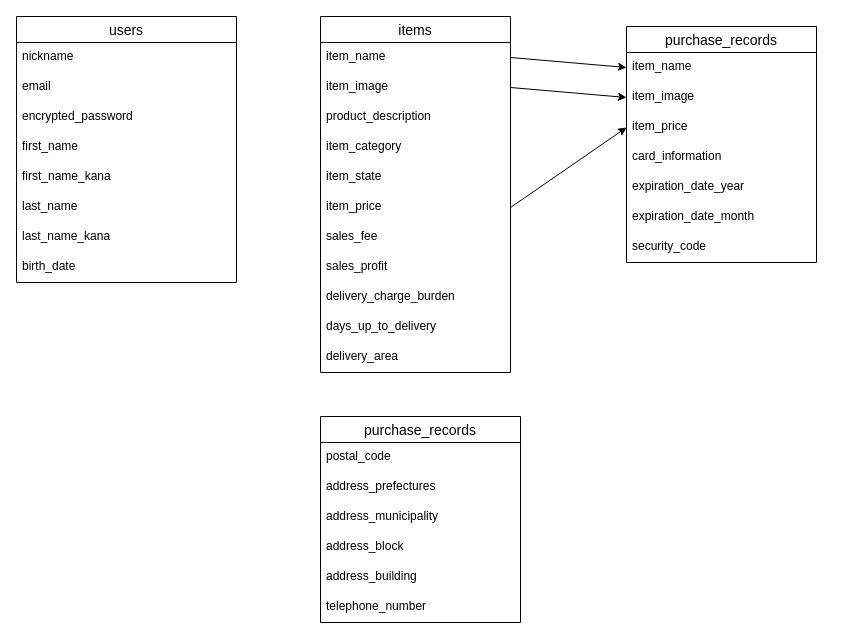
Earlier version of the draw.io diagram test.dio (yuuichihirakawa/furima-38479). Source tidied: cells renumbered, new cells numbered last; positions are measured from the earlier drawing's top-left corner, leaving out a move shared by most shapes. Both pictures are drawn from the tidied source at 100%, with x=0, y=0 at pixel (16, 16).
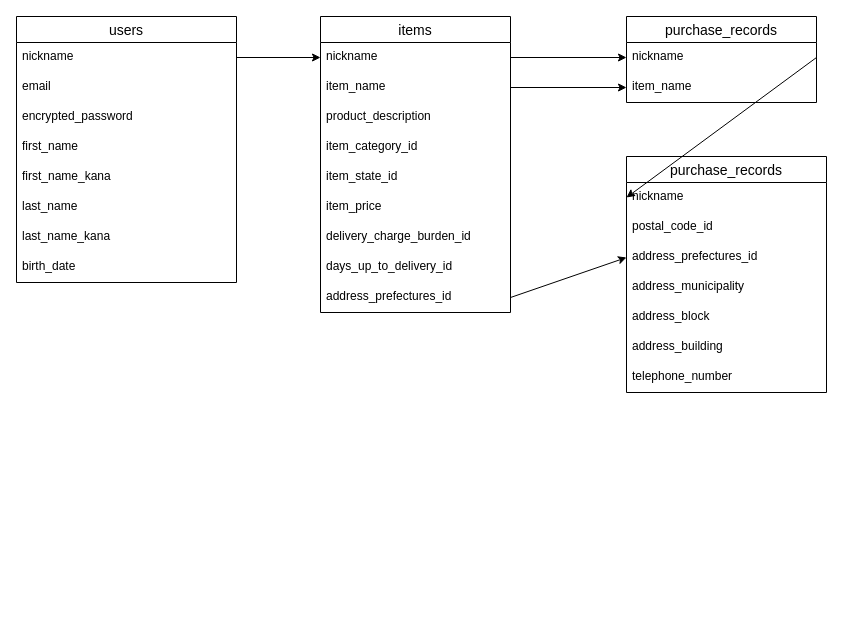
After the change.

Commit message (it also covers changes not shown here):
データベース作成４

The change refers to these unchanged cells:
```xml
<mxCell id="3" value="nickname" style="text;strokeColor=none;fillColor=none;spacingLeft=4;spacingRight=4;overflow=hidden;points=[[0,0.5],[1,0.5]];portConstraint=eastwest;fontSize=12;" parent="2" vertex="1">
  <mxGeometry y="26" width="220" height="30" as="geometry" />
</mxCell>
<mxCell id="17" value="item_price" style="text;strokeColor=none;fillColor=none;spacingLeft=4;spacingRight=4;overflow=hidden;points=[[0,0.5],[1,0.5]];portConstraint=eastwest;fontSize=12;" parent="11" vertex="1">
  <mxGeometry y="176" width="190" height="30" as="geometry" />
</mxCell>
```

The edit, as a diff of the source:
```diff
@@
     <mxCell id="11" value="items" style="swimlane;fontStyle=0;horizontal=1;startSize=26;align=center;fontSize=14;" parent="1" vertex="1">
-      <mxGeometry x="304" width="190" height="356" as="geometry" />
+      <mxGeometry x="304" width="190" height="296" as="geometry" />
     </mxCell>
+    <mxCell id="41" value="nickname" style="text;strokeColor=none;fillColor=none;spacingLeft=4;spacingRight=4;overflow=hidden;points=[[0,0.5],[1,0.5]];portConstraint=eastwest;fontSize=12;" parent="11" vertex="1">
+      <mxGeometry y="26" width="190" height="30" as="geometry" />
+    </mxCell>
     <mxCell id="12" value="item_name" style="text;strokeColor=none;fillColor=none;spacingLeft=4;spacingRight=4;overflow=hidden;points=[[0,0.5],[1,0.5]];portConstraint=eastwest;fontSize=12;" parent="11" vertex="1">
-      <mxGeometry y="26" width="190" height="30" as="geometry" />
+      <mxGeometry y="56" width="190" height="30" as="geometry" />
     </mxCell>
-    <mxCell id="13" value="item_image" style="text;strokeColor=none;fillColor=none;spacingLeft=4;spacingRight=4;overflow=hidden;points=[[0,0.5],[1,0.5]];portConstraint=eastwest;fontSize=12;" parent="11" vertex="1">
-      <mxGeometry y="56" width="190" height="30" as="geometry" />
-    </mxCell>
@@
-    <mxCell id="15" value="item_category" style="text;strokeColor=none;fillColor=none;spacingLeft=4;spacingRight=4;overflow=hidden;fontSize=12;" parent="11" vertex="1">
+    <mxCell id="15" value="item_category_id" style="text;strokeColor=none;fillColor=none;spacingLeft=4;spacingRight=4;overflow=hidden;fontSize=12;" parent="11" vertex="1">
       <mxGeometry y="116" width="190" height="30" as="geometry" />
     </mxCell>
-    <mxCell id="16" value="item_state" style="text;strokeColor=none;fillColor=none;spacingLeft=4;spacingRight=4;overflow=hidden;fontSize=12;" parent="11" vertex="1">
+    <mxCell id="16" value="item_state_id" style="text;strokeColor=none;fillColor=none;spacingLeft=4;spacingRight=4;overflow=hidden;fontSize=12;" parent="11" vertex="1">
       <mxGeometry y="146" width="190" height="30" as="geometry" />
     </mxCell>
@@
-    <mxCell id="18" value="sales_fee" style="text;strokeColor=none;fillColor=none;spacingLeft=4;spacingRight=4;overflow=hidden;fontSize=12;" parent="11" vertex="1">
-      <mxGeometry y="206" width="190" height="30" as="geometry" />
-    </mxCell>
-    <mxCell id="19" value="sales_profit" style="text;strokeColor=none;fillColor=none;spacingLeft=4;spacingRight=4;overflow=hidden;fontSize=12;" parent="11" vertex="1">
-      <mxGeometry y="236" width="190" height="30" as="geometry" />
-    </mxCell>
-    <mxCell id="20" value="delivery_charge_burden" style="text;strokeColor=none;fillColor=none;spacingLeft=4;spacingRight=4;overflow=hidden;fontSize=12;" parent="11" vertex="1">
-      <mxGeometry y="266" width="190" height="30" as="geometry" />
+    <mxCell id="20" value="delivery_charge_burden_id" style="text;strokeColor=none;fillColor=none;spacingLeft=4;spacingRight=4;overflow=hidden;fontSize=12;" parent="11" vertex="1">
+      <mxGeometry y="206" width="190" height="30" as="geometry" />
     </mxCell>
-    <mxCell id="21" value="days_up_to_delivery  " style="text;strokeColor=none;fillColor=none;spacingLeft=4;spacingRight=4;overflow=hidden;fontSize=12;" parent="11" vertex="1">
-      <mxGeometry y="296" width="190" height="30" as="geometry" />
+    <mxCell id="21" value="days_up_to_delivery_id  " style="text;strokeColor=none;fillColor=none;spacingLeft=4;spacingRight=4;overflow=hidden;fontSize=12;" parent="11" vertex="1">
+      <mxGeometry y="236" width="190" height="30" as="geometry" />
     </mxCell>
-    <mxCell id="22" value="delivery_area" style="text;strokeColor=none;fillColor=none;spacingLeft=4;spacingRight=4;overflow=hidden;points=[[0,0.5],[1,0.5]];portConstraint=eastwest;fontSize=12;" parent="11" vertex="1">
-      <mxGeometry y="326" width="190" height="30" as="geometry" />
+    <mxCell id="22" value="address_prefectures_id" style="text;strokeColor=none;fillColor=none;spacingLeft=4;spacingRight=4;overflow=hidden;points=[[0,0.5],[1,0.5]];portConstraint=eastwest;fontSize=12;" parent="11" vertex="1">
+      <mxGeometry y="266" width="190" height="30" as="geometry" />
     </mxCell>
     <mxCell id="23" value="purchase_records" style="swimlane;fontStyle=0;horizontal=1;startSize=26;align=center;fontSize=14;" parent="1" vertex="1">
-      <mxGeometry x="304" y="400" width="200" height="206" as="geometry" />
+      <mxGeometry x="610" y="140" width="200" height="236" as="geometry" />
     </mxCell>
+    <mxCell id="42" value="nickname" style="text;strokeColor=none;fillColor=none;spacingLeft=4;spacingRight=4;overflow=hidden;points=[[0,0.5],[1,0.5]];portConstraint=eastwest;fontSize=12;" parent="23" vertex="1">
+      <mxGeometry y="26" width="200" height="30" as="geometry" />
+    </mxCell>
-    <mxCell id="24" value="postal_code  " style="text;strokeColor=none;fillColor=none;spacingLeft=4;spacingRight=4;overflow=hidden;fontSize=12;" parent="23" vertex="1">
-      <mxGeometry y="26" width="200" height="30" as="geometry" />
+    <mxCell id="24" value="postal_code_id" style="text;strokeColor=none;fillColor=none;spacingLeft=4;spacingRight=4;overflow=hidden;fontSize=12;" parent="23" vertex="1">
+      <mxGeometry y="56" width="200" height="30" as="geometry" />
     </mxCell>
-    <mxCell id="25" value="address_prefectures " style="text;strokeColor=none;fillColor=none;spacingLeft=4;spacingRight=4;overflow=hidden;points=[[0,0.5],[1,0.5]];portConstraint=eastwest;fontSize=12;" parent="23" vertex="1">
-      <mxGeometry y="56" width="200" height="30" as="geometry" />
+    <mxCell id="25" value="address_prefectures_id" style="text;strokeColor=none;fillColor=none;spacingLeft=4;spacingRight=4;overflow=hidden;points=[[0,0.5],[1,0.5]];portConstraint=eastwest;fontSize=12;" parent="23" vertex="1">
+      <mxGeometry y="86" width="200" height="30" as="geometry" />
     </mxCell>
     <mxCell id="26" value="address_municipality" style="text;strokeColor=none;fillColor=none;spacingLeft=4;spacingRight=4;overflow=hidden;fontSize=12;" parent="23" vertex="1">
-      <mxGeometry y="86" width="200" height="30" as="geometry" />
+      <mxGeometry y="116" width="200" height="30" as="geometry" />
     </mxCell>
     <mxCell id="27" value="address_block" style="text;strokeColor=none;fillColor=none;spacingLeft=4;spacingRight=4;overflow=hidden;fontSize=12;" parent="23" vertex="1">
-      <mxGeometry y="116" width="200" height="30" as="geometry" />
+      <mxGeometry y="146" width="200" height="30" as="geometry" />
     </mxCell>
     <mxCell id="28" value="address_building" style="text;strokeColor=none;fillColor=none;spacingLeft=4;spacingRight=4;overflow=hidden;fontSize=12;" parent="23" vertex="1">
-      <mxGeometry y="146" width="200" height="30" as="geometry" />
+      <mxGeometry y="176" width="200" height="30" as="geometry" />
     </mxCell>
     <mxCell id="29" value="telephone_number" style="text;strokeColor=none;fillColor=none;spacingLeft=4;spacingRight=4;overflow=hidden;fontSize=12;" parent="23" vertex="1">
-      <mxGeometry y="176" width="200" height="30" as="geometry" />
+      <mxGeometry y="206" width="200" height="30" as="geometry" />
     </mxCell>
     <mxCell id="30" value="purchase_records" style="swimlane;fontStyle=0;horizontal=1;startSize=26;align=center;fontSize=14;" parent="1" vertex="1">
-      <mxGeometry x="610" y="10" width="190" height="236" as="geometry" />
+      <mxGeometry x="610" width="190" height="86" as="geometry" />
     </mxCell>
+    <mxCell id="32" value="nickname" style="text;strokeColor=none;fillColor=none;spacingLeft=4;spacingRight=4;overflow=hidden;points=[[0,0.5],[1,0.5]];portConstraint=eastwest;fontSize=12;" parent="30" vertex="1">
+      <mxGeometry y="26" width="190" height="30" as="geometry" />
+    </mxCell>
     <mxCell id="31" value="item_name" style="text;strokeColor=none;fillColor=none;spacingLeft=4;spacingRight=4;overflow=hidden;points=[[0,0.5],[1,0.5]];portConstraint=eastwest;fontSize=12;" parent="30" vertex="1">
-      <mxGeometry y="26" width="190" height="30" as="geometry" />
+      <mxGeometry y="56" width="190" height="30" as="geometry" />
     </mxCell>
-    <mxCell id="32" value="item_image" style="text;strokeColor=none;fillColor=none;spacingLeft=4;spacingRight=4;overflow=hidden;points=[[0,0.5],[1,0.5]];portConstraint=eastwest;fontSize=12;" parent="30" vertex="1">
-      <mxGeometry y="56" width="190" height="30" as="geometry" />
-    </mxCell>
-    <mxCell id="33" value="item_price" style="text;strokeColor=none;fillColor=none;spacingLeft=4;spacingRight=4;overflow=hidden;points=[[0,0.5],[1,0.5]];portConstraint=eastwest;fontSize=12;" parent="30" vertex="1">
-      <mxGeometry y="86" width="190" height="30" as="geometry" />
-    </mxCell>
-    <mxCell id="34" value="card_information" style="text;strokeColor=none;fillColor=none;spacingLeft=4;spacingRight=4;overflow=hidden;fontSize=12;" parent="30" vertex="1">
-      <mxGeometry y="116" width="190" height="30" as="geometry" />
-    </mxCell>
-    <mxCell id="35" value="expiration_date_year " style="text;strokeColor=none;fillColor=none;spacingLeft=4;spacingRight=4;overflow=hidden;fontSize=12;" parent="30" vertex="1">
-      <mxGeometry y="146" width="190" height="30" as="geometry" />
-    </mxCell>
-    <mxCell id="36" value="expiration_date_month" style="text;strokeColor=none;fillColor=none;spacingLeft=4;spacingRight=4;overflow=hidden;fontSize=12;" parent="30" vertex="1">
-      <mxGeometry y="176" width="190" height="30" as="geometry" />
-    </mxCell>
-    <mxCell id="37" value="security_code" style="text;strokeColor=none;fillColor=none;spacingLeft=4;spacingRight=4;overflow=hidden;fontSize=12;" parent="30" vertex="1">
-      <mxGeometry y="206" width="190" height="30" as="geometry" />
-    </mxCell>
@@
-    <mxCell id="39" style="edgeStyle=none;html=1;entryX=0;entryY=0.5;entryDx=0;entryDy=0;exitX=1;exitY=0.5;exitDx=0;exitDy=0;" parent="1" edge="1" source="13" target="32">
-      <mxGeometry relative="1" as="geometry" />
-    </mxCell>
-    <mxCell id="40" style="edgeStyle=none;html=1;entryX=0;entryY=0.5;entryDx=0;entryDy=0;exitX=1;exitY=0.5;exitDx=0;exitDy=0;" parent="1" edge="1" source="17" target="33">
-      <mxGeometry relative="1" as="geometry" />
-    </mxCell>
+    <mxCell id="43" style="edgeStyle=none;html=1;exitX=1;exitY=0.5;exitDx=0;exitDy=0;entryX=0;entryY=0.5;entryDx=0;entryDy=0;" parent="1" edge="1" source="3" target="41">
+      <mxGeometry relative="1" as="geometry" />
+    </mxCell>
+    <mxCell id="44" style="edgeStyle=none;html=1;entryX=0;entryY=0.5;entryDx=0;entryDy=0;" parent="1" edge="1" source="41" target="32">
+      <mxGeometry relative="1" as="geometry" />
+    </mxCell>
+    <mxCell id="45" style="edgeStyle=none;html=1;exitX=1;exitY=0.5;exitDx=0;exitDy=0;entryX=0;entryY=0.5;entryDx=0;entryDy=0;" parent="1" edge="1" source="22" target="25">
+      <mxGeometry relative="1" as="geometry" />
+    </mxCell>
+    <mxCell id="46" style="edgeStyle=none;html=1;entryX=0;entryY=0.5;entryDx=0;entryDy=0;exitX=1;exitY=0.5;exitDx=0;exitDy=0;" parent="1" edge="1" source="32" target="42">
+      <mxGeometry relative="1" as="geometry" />
+    </mxCell>
```
